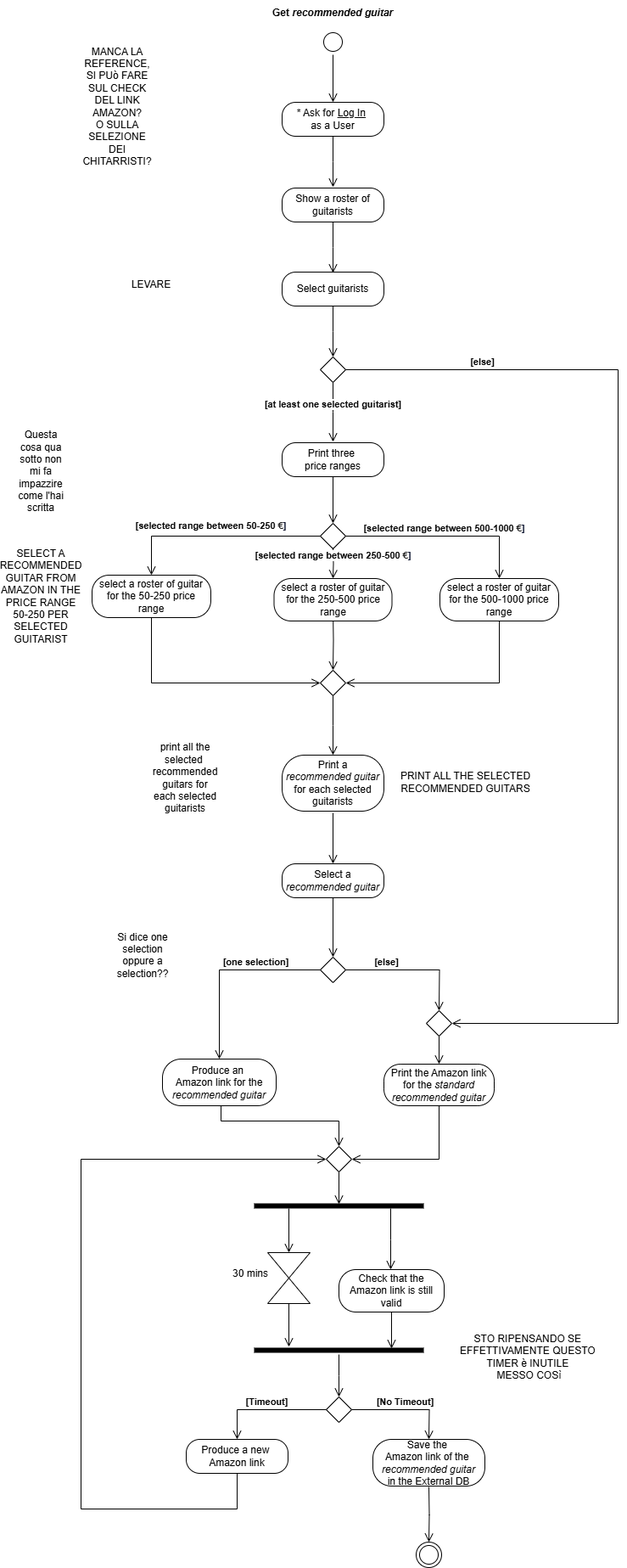
This is ActivityDiagramM.drawio.png from TizianoLilli/ISPW-Project, a draw.io export, as it was before one commit. Source tidied: cells renumbered, new cells last; positions are measured from the earlier drawing's top-left corner, leaving out a move shared by most shapes.
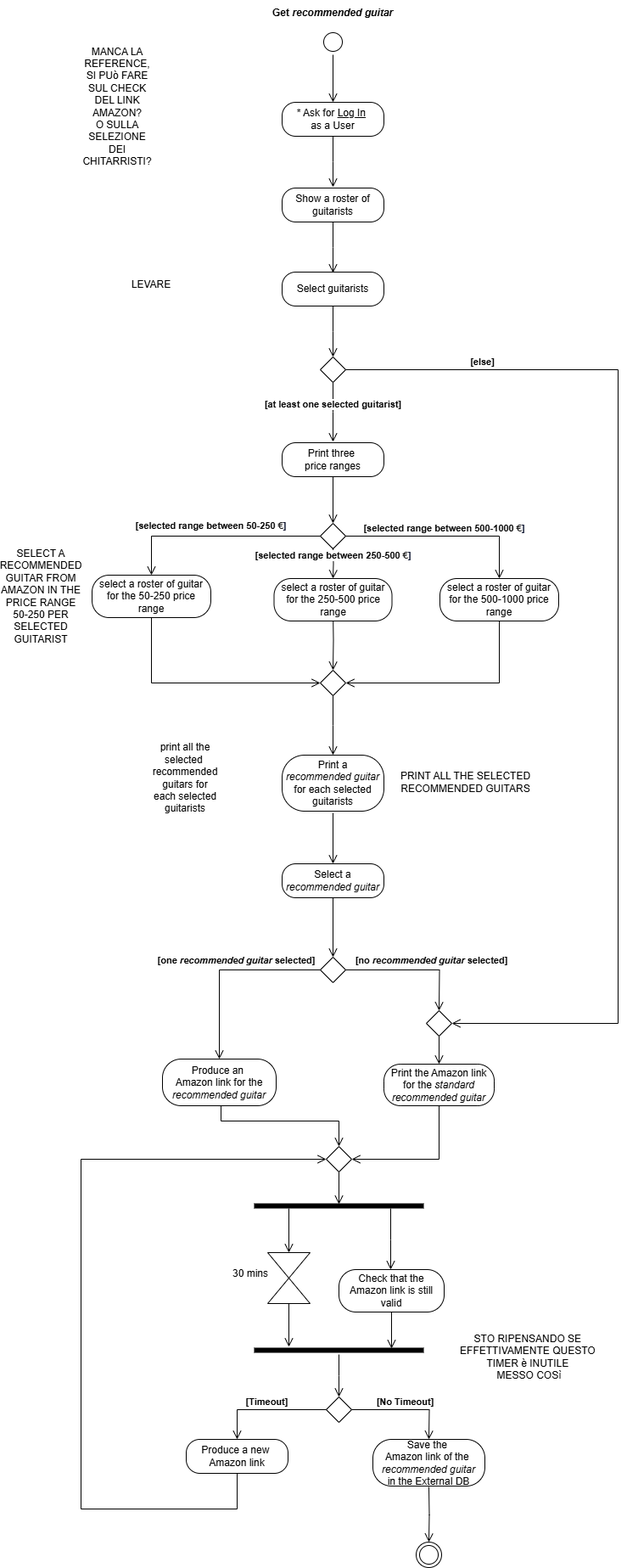
The same diagram one commit later.

What changed in the source:
```diff
@@ -214,12 +214,9 @@
     <mxCell id="55" style="rhombus;whiteSpace=wrap;html=1;labelBackgroundColor=none;" parent="1" vertex="1">
       <mxGeometry x="359" y="1127" width="30" height="30" as="geometry" />
     </mxCell>
-    <mxCell id="56" value="&lt;b&gt;[one selection]&lt;/b&gt;" style="edgeStyle=orthogonalEdgeStyle;html=1;verticalAlign=bottom;endArrow=open;endSize=8;rounded=0;labelBackgroundColor=none;fontColor=default;exitX=0;exitY=0.5;exitDx=0;exitDy=0;entryX=0.5;entryY=0;entryDx=0;entryDy=0;" parent="1" edge="1" source="55" target="20">
-      <mxGeometry x="-0.32" relative="1" as="geometry" />
+    <mxCell id="56" value="&lt;b&gt;[one &lt;i&gt;recommended guitar&lt;/i&gt; selected]&lt;/b&gt;" style="edgeStyle=orthogonalEdgeStyle;html=1;verticalAlign=bottom;endArrow=open;endSize=8;rounded=0;labelBackgroundColor=none;fontColor=default;exitX=0;exitY=0.5;exitDx=0;exitDy=0;entryX=0.5;entryY=0;entryDx=0;entryDy=0;" parent="1" edge="1" source="55" target="20">
+      <mxGeometry x="-0.12" y="-2" relative="1" as="geometry" />
     </mxCell>
-    <mxCell id="57" value="Si dice one selection oppure a selection??&lt;div&gt;&lt;br&gt;&lt;/div&gt;" style="text;html=1;align=center;verticalAlign=middle;whiteSpace=wrap;rounded=0;labelBackgroundColor=none;" parent="1" vertex="1">
-      <mxGeometry x="120" y="1117" width="60" height="30" as="geometry" />
-    </mxCell>
     <mxCell id="58" value="Print the Amazon link&lt;div&gt;for the &lt;i&gt;standard&lt;/i&gt;&lt;/div&gt;&lt;div&gt;&lt;i&gt;recommended guitar&lt;/i&gt;&lt;/div&gt;" style="rounded=1;whiteSpace=wrap;html=1;arcSize=40;labelBackgroundColor=none;" parent="1" vertex="1">
       <mxGeometry x="434" y="1253" width="130" height="49" as="geometry" />
     </mxCell>
@@ -230,8 +227,8 @@
         </Array>
       </mxGeometry>
     </mxCell>
-    <mxCell id="60" value="&lt;b&gt;[else]&lt;/b&gt;" style="edgeStyle=orthogonalEdgeStyle;html=1;verticalAlign=bottom;endArrow=open;endSize=8;rounded=0;labelBackgroundColor=none;fontColor=default;exitX=1;exitY=0.5;exitDx=0;exitDy=0;" parent="1" edge="1" source="55">
-      <mxGeometry x="-0.39" relative="1" as="geometry">
+    <mxCell id="60" value="&lt;b&gt;[no &lt;i&gt;recommended guitar&lt;/i&gt; selected]&lt;/b&gt;" style="edgeStyle=orthogonalEdgeStyle;html=1;verticalAlign=bottom;endArrow=open;endSize=8;rounded=0;labelBackgroundColor=none;fontColor=default;exitX=1;exitY=0.5;exitDx=0;exitDy=0;" parent="1" edge="1" source="55">
+      <mxGeometry x="0.27" y="2" relative="1" as="geometry">
         <mxPoint x="499" y="1190" as="targetPoint" />
       </mxGeometry>
     </mxCell>
@@ -265,9 +262,6 @@
     <mxCell id="67" style="edgeStyle=orthogonalEdgeStyle;html=1;verticalAlign=bottom;endArrow=open;endSize=8;rounded=0;entryX=0.5;entryY=0;entryDx=0;entryDy=0;exitX=0.5;exitY=1;exitDx=0;exitDy=0;labelBackgroundColor=none;fontColor=default;" parent="1" edge="1" source="66" target="58">
       <mxGeometry relative="1" as="geometry" />
     </mxCell>
-    <mxCell id="68" value="Questa cosa qua sotto non mi fa impazzire come l'hai scritta" style="text;html=1;align=center;verticalAlign=middle;whiteSpace=wrap;rounded=0;" parent="1" vertex="1">
-      <mxGeometry y="540" width="60" height="30" as="geometry" />
-    </mxCell>
     <mxCell id="69" value="LEVARE" style="text;html=1;align=center;verticalAlign=middle;whiteSpace=wrap;rounded=0;" parent="1" vertex="1">
       <mxGeometry x="130" y="320" width="60" height="30" as="geometry" />
     </mxCell>
```
